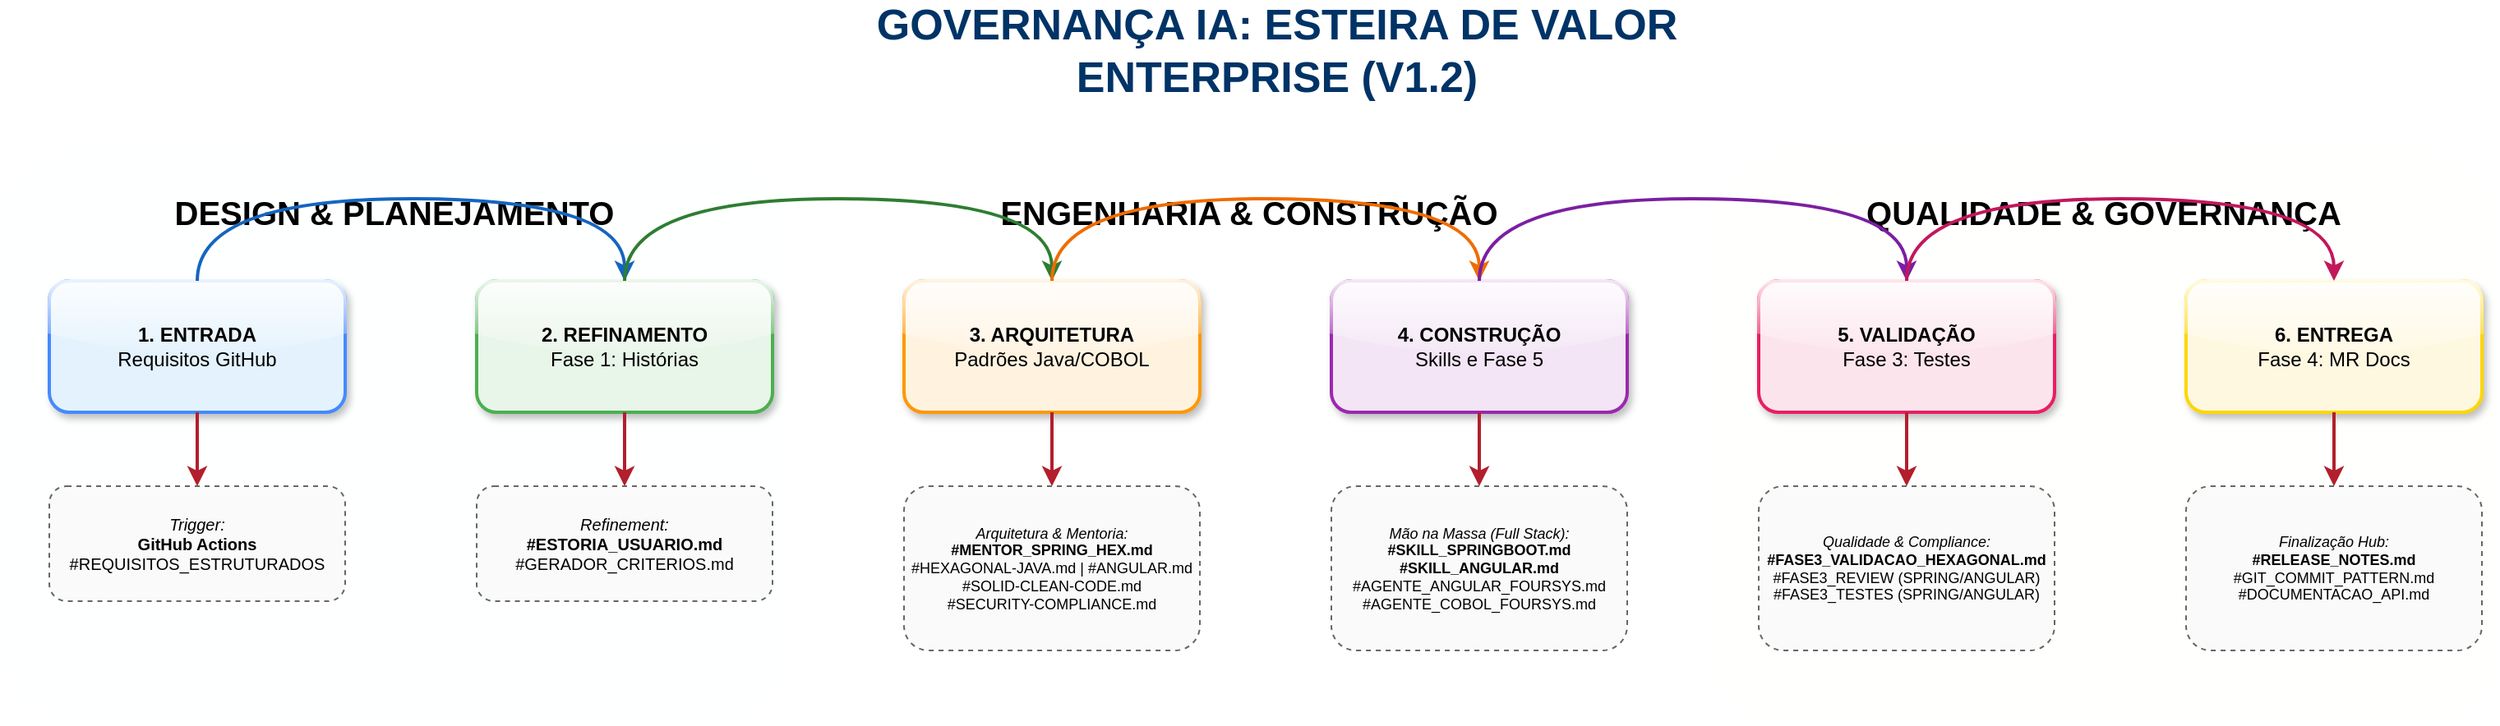
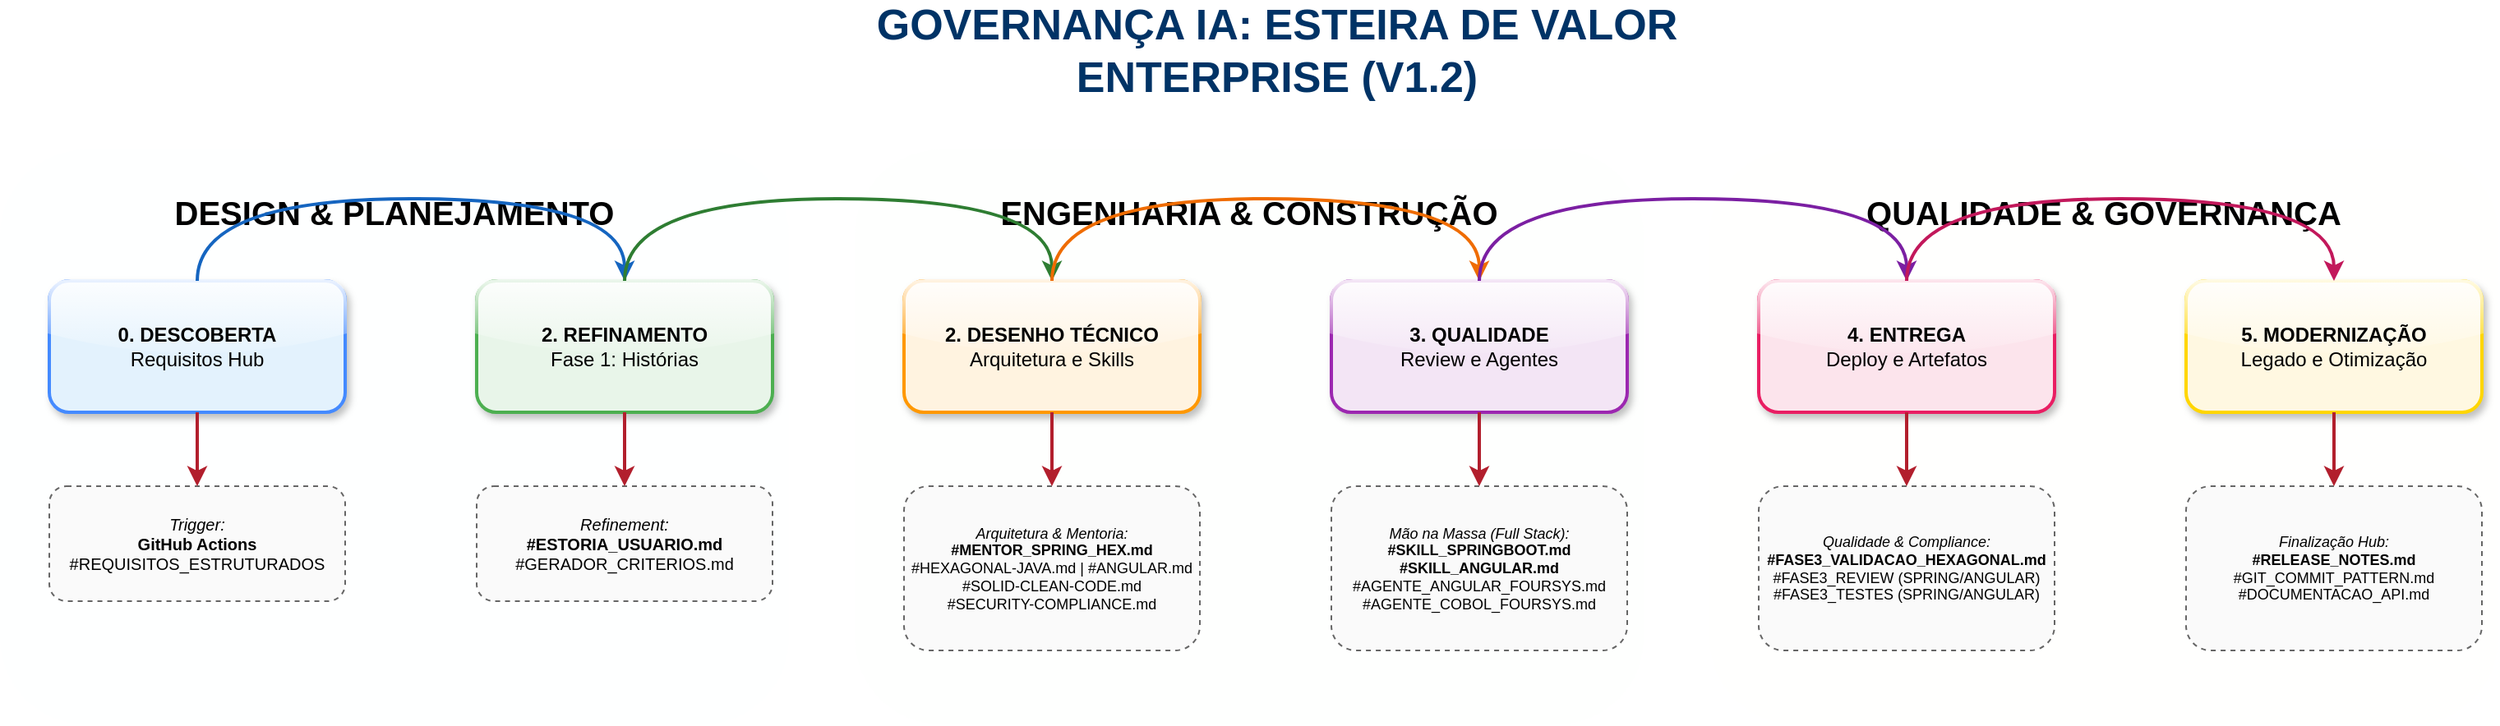
- ﻿<mxfile host="Electron" version="21.6.8" type="device">
+ <mxfile host="Electron" version="21.6.8" type="device">
  <diagram id="fluxo-enterprise-v1-2" name="Esteira Enterprise Alta Fidelidade">
    <mxGraphModel dx="1422" dy="794" grid="1" gridSize="10" guides="1" tooltips="1" connect="1" arrows="1" fold="1" page="1" pageScale="1" pageWidth="1654" pageHeight="1169" math="0" shadow="0">
      <root>
        <mxCell id="0" />
        <mxCell id="1" parent="0" />

        <!-- Título Corporativo -->
        <mxCell id="title" value="GOVERNANÇA IA: ESTEIRA DE VALOR ENTERPRISE (V1.2)" style="text;html=1;strokeColor=none;fillColor=none;align=center;verticalAlign=middle;whiteSpace=wrap;rounded=0;fontSize=26;fontStyle=1;fontColor=#003366;" vertex="1" parent="1">
          <mxGeometry x="527" y="40" width="600" height="40" as="geometry" />
        </mxCell>

        <!-- ZONAS DE WORKFLOW (SWIMLANES DE FUNDO) -->
        <mxCell id="zone1" value="DESIGN &amp; PLANEJAMENTO" style="rounded=1;whiteSpace=wrap;html=1;fillColor=#E3F2FD;strokeColor=none;opacity=5;fontSize=20;fontStyle=1;align=center;verticalAlign=top;spacingTop=20;" vertex="1" parent="1">
          <mxGeometry x="50" y="120" width="480" height="350" as="geometry" />
        </mxCell>
        <mxCell id="zone2" value="ENGENHARIA &amp; CONSTRUÇÃO" style="rounded=1;whiteSpace=wrap;html=1;fillColor=#E8F5E9;strokeColor=none;opacity=5;fontSize=20;fontStyle=1;align=center;verticalAlign=top;spacingTop=20;" vertex="1" parent="1">
          <mxGeometry x="570" y="120" width="480" height="350" as="geometry" />
        </mxCell>
        <mxCell id="zone3" value="QUALIDADE &amp; GOVERNANÇA" style="rounded=1;whiteSpace=wrap;html=1;fillColor=#FFF3E0;strokeColor=none;opacity=5;fontSize=20;fontStyle=1;align=center;verticalAlign=top;spacingTop=20;" vertex="1" parent="1">
          <mxGeometry x="1090" y="120" width="480" height="350" as="geometry" />
        </mxCell>

        <!-- CAMADA 1: ETAPAS PRINCIPAIS -->
-         <mxCell id="step1" value="&lt;b&gt;1. ENTRADA&lt;/b&gt;&lt;br&gt;Requisitos GitHub" style="rounded=1;whiteSpace=wrap;html=1;fillColor=#E3F2FD;strokeColor=#448AFF;strokeWidth=2;shadow=1;glass=1;" vertex="1" parent="1">
+         <mxCell id="step1" value="&lt;b&gt;0. DESCOBERTA&lt;/b&gt;&lt;br&gt;Requisitos Hub" style="rounded=1;whiteSpace=wrap;html=1;fillColor=#E3F2FD;strokeColor=#448AFF;strokeWidth=2;shadow=1;glass=1;" vertex="1" parent="1">
          <mxGeometry x="80" y="200" width="180" height="80" as="geometry" />
        </mxCell>
        <mxCell id="step2" value="&lt;b&gt;2. REFINAMENTO&lt;/b&gt;&lt;br&gt;Fase 1: Histórias" style="rounded=1;whiteSpace=wrap;html=1;fillColor=#E8F5E9;strokeColor=#4CAF50;strokeWidth=2;shadow=1;glass=1;" vertex="1" parent="1">
          <mxGeometry x="340" y="200" width="180" height="80" as="geometry" />
        </mxCell>
-         <mxCell id="step3" value="&lt;b&gt;3. ARQUITETURA&lt;/b&gt;&lt;br&gt;Padrões Java/COBOL" style="rounded=1;whiteSpace=wrap;html=1;fillColor=#FFF3E0;strokeColor=#FF9800;strokeWidth=2;shadow=1;glass=1;" vertex="1" parent="1">
+         <mxCell id="step3" value="&lt;b&gt;2. DESENHO TÉCNICO&lt;/b&gt;&lt;br&gt;Arquitetura e Skills" style="rounded=1;whiteSpace=wrap;html=1;fillColor=#FFF3E0;strokeColor=#FF9800;strokeWidth=2;shadow=1;glass=1;" vertex="1" parent="1">
          <mxGeometry x="600" y="200" width="180" height="80" as="geometry" />
        </mxCell>
-         <mxCell id="step4" value="&lt;b&gt;4. CONSTRUÇÃO&lt;/b&gt;&lt;br&gt;Skills e Fase 5" style="rounded=1;whiteSpace=wrap;html=1;fillColor=#F3E5F5;strokeColor=#9C27B0;strokeWidth=2;shadow=1;glass=1;" vertex="1" parent="1">
+         <mxCell id="step4" value="&lt;b&gt;3. QUALIDADE&lt;/b&gt;&lt;br&gt;Review e Agentes" style="rounded=1;whiteSpace=wrap;html=1;fillColor=#F3E5F5;strokeColor=#9C27B0;strokeWidth=2;shadow=1;glass=1;" vertex="1" parent="1">
          <mxGeometry x="860" y="200" width="180" height="80" as="geometry" />
        </mxCell>
-         <mxCell id="step5" value="&lt;b&gt;5. VALIDAÇÃO&lt;/b&gt;&lt;br&gt;Fase 3: Testes" style="rounded=1;whiteSpace=wrap;html=1;fillColor=#FCE4EC;strokeColor=#E91E63;strokeWidth=2;shadow=1;glass=1;" vertex="1" parent="1">
+         <mxCell id="step5" value="&lt;b&gt;4. ENTREGA&lt;/b&gt;&lt;br&gt;Deploy e Artefatos" style="rounded=1;whiteSpace=wrap;html=1;fillColor=#FCE4EC;strokeColor=#E91E63;strokeWidth=2;shadow=1;glass=1;" vertex="1" parent="1">
          <mxGeometry x="1120" y="200" width="180" height="80" as="geometry" />
        </mxCell>
-         <mxCell id="step6" value="&lt;b&gt;6. ENTREGA&lt;/b&gt;&lt;br&gt;Fase 4: MR Docs" style="rounded=1;whiteSpace=wrap;html=1;fillColor=#FFF8E1;strokeColor=#FFD600;strokeWidth=2;shadow=1;glass=1;" vertex="1" parent="1">
+         <mxCell id="step6" value="&lt;b&gt;5. MODERNIZAÇÃO&lt;/b&gt;&lt;br&gt;Legado e Otimização" style="rounded=1;whiteSpace=wrap;html=1;fillColor=#FFF8E1;strokeColor=#FFD600;strokeWidth=2;shadow=1;glass=1;" vertex="1" parent="1">
          <mxGeometry x="1380" y="200" width="180" height="80" as="geometry" />
        </mxCell>

        <!-- CAMADA 2: ATIVOS DO HUB (ALTA FIDELIDADE V1.2) -->
        <mxCell id="asset1" value="&lt;i&gt;Trigger:&lt;/i&gt;&lt;br&gt;&lt;b&gt;GitHub Actions&lt;/b&gt;&lt;br&gt;#REQUISITOS_ESTRUTURADOS" style="rounded=1;whiteSpace=wrap;html=1;fillColor=#FAFAFA;strokeColor=#666666;strokeWidth=1;fontSize=10;dashed=1;" vertex="1" parent="1">
          <mxGeometry x="80" y="325" width="180" height="70" as="geometry" />
        </mxCell>
        <mxCell id="asset2" value="&lt;i&gt;Refinement:&lt;/i&gt;&lt;br&gt;&lt;b&gt;#ESTORIA_USUARIO.md&lt;/b&gt;&lt;br&gt;#GERADOR_CRITERIOS.md" style="rounded=1;whiteSpace=wrap;html=1;fillColor=#FAFAFA;strokeColor=#666666;strokeWidth=1;fontSize=10;dashed=1;" vertex="1" parent="1">
          <mxGeometry x="340" y="325" width="180" height="70" as="geometry" />
        </mxCell>
        <mxCell id="asset3" value="&lt;i&gt;Arquitetura &amp; Mentoria:&lt;/i&gt;&lt;br&gt;&lt;b&gt;#MENTOR_SPRING_HEX.md&lt;/b&gt;&lt;br&gt;#HEXAGONAL-JAVA.md | #ANGULAR.md&lt;br&gt;#SOLID-CLEAN-CODE.md&lt;br&gt;#SECURITY-COMPLIANCE.md" style="rounded=1;whiteSpace=wrap;html=1;fillColor=#FAFAFA;strokeColor=#666666;strokeWidth=1;fontSize=9;dashed=1;" vertex="1" parent="1">
          <mxGeometry x="600" y="325" width="180" height="100" as="geometry" />
        </mxCell>
        <mxCell id="asset4" value="&lt;i&gt;Mão na Massa (Full Stack):&lt;/i&gt;&lt;br&gt;&lt;b&gt;#SKILL_SPRINGBOOT.md&lt;/b&gt;&lt;br&gt;&lt;b&gt;#SKILL_ANGULAR.md&lt;/b&gt;&lt;br&gt;#AGENTE_ANGULAR_FOURSYS.md&lt;br&gt;#AGENTE_COBOL_FOURSYS.md" style="rounded=1;whiteSpace=wrap;html=1;fillColor=#FAFAFA;strokeColor=#666666;strokeWidth=1;fontSize=9;dashed=1;" vertex="1" parent="1">
          <mxGeometry x="860" y="325" width="180" height="100" as="geometry" />
        </mxCell>
        <mxCell id="asset5" value="&lt;i&gt;Qualidade &amp; Compliance:&lt;/i&gt;&lt;br&gt;&lt;b&gt;#FASE3_VALIDACAO_HEXAGONAL.md&lt;/b&gt;&lt;br&gt;#FASE3_REVIEW (SPRING/ANGULAR)&lt;br&gt;#FASE3_TESTES (SPRING/ANGULAR)" style="rounded=1;whiteSpace=wrap;html=1;fillColor=#FAFAFA;strokeColor=#666666;strokeWidth=1;fontSize=9;dashed=1;" vertex="1" parent="1">
          <mxGeometry x="1120" y="325" width="180" height="100" as="geometry" />
        </mxCell>
        <mxCell id="asset6" value="&lt;i&gt;Finalização Hub:&lt;/i&gt;&lt;br&gt;&lt;b&gt;#RELEASE_NOTES.md&lt;/b&gt;&lt;br&gt;#GIT_COMMIT_PATTERN.md&lt;br&gt;#DOCUMENTACAO_API.md" style="rounded=1;whiteSpace=wrap;html=1;fillColor=#FAFAFA;strokeColor=#666666;strokeWidth=1;fontSize=9;dashed=1;" vertex="1" parent="1">
          <mxGeometry x="1380" y="325" width="180" height="100" as="geometry" />
        </mxCell>

        <!-- Conectores Executivos (Dark Red) -->
        <mxCell id="c1" edge="1" parent="1" source="step1" target="asset1" style="edgeStyle=none;rounded=0;orthogonalLoop=1;jettySize=auto;html=1;strokeColor=#B21F2D;strokeWidth=2;endArrow=classic;startArrow=none;">
          <mxGeometry relative="1" as="geometry" />
        </mxCell>
        <mxCell id="c2" edge="1" parent="1" source="step2" target="asset2" style="edgeStyle=none;rounded=0;orthogonalLoop=1;jettySize=auto;html=1;strokeColor=#B21F2D;strokeWidth=2;endArrow=classic;startArrow=none;">
          <mxGeometry relative="1" as="geometry" />
        </mxCell>
        <mxCell id="c3" edge="1" parent="1" source="step3" target="asset3" style="edgeStyle=none;rounded=0;orthogonalLoop=1;jettySize=auto;html=1;strokeColor=#B21F2D;strokeWidth=2;endArrow=classic;startArrow=none;">
          <mxGeometry relative="1" as="geometry" />
        </mxCell>
        <mxCell id="c4" edge="1" parent="1" source="step4" target="asset4" style="edgeStyle=none;rounded=0;orthogonalLoop=1;jettySize=auto;html=1;strokeColor=#B21F2D;strokeWidth=2;endArrow=classic;startArrow=none;">
          <mxGeometry relative="1" as="geometry" />
        </mxCell>
        <mxCell id="c5" edge="1" parent="1" source="step5" target="asset5" style="edgeStyle=none;rounded=0;orthogonalLoop=1;jettySize=auto;html=1;strokeColor=#B21F2D;strokeWidth=2;endArrow=classic;startArrow=none;">
          <mxGeometry relative="1" as="geometry" />
        </mxCell>
        <mxCell id="c6" edge="1" parent="1" source="step6" target="asset6" style="edgeStyle=none;rounded=0;orthogonalLoop=1;jettySize=auto;html=1;strokeColor=#B21F2D;strokeWidth=2;endArrow=classic;startArrow=none;">
          <mxGeometry relative="1" as="geometry" />
        </mxCell>

        <!-- SETAS DE FLUXO (IDA) -->
        <mxCell id="f1" edge="1" parent="1" source="step1" target="step2" style="edgeStyle=orthogonalEdgeStyle;rounded=1;orthogonalLoop=1;jettySize=auto;html=1;strokeWidth=2;strokeColor=#1565C0;curved=1;">
          <mxGeometry relative="1" as="geometry">
            <Array as="points"><mxPoint x="170" y="150" /><mxPoint x="430" y="150" /></Array>
          </mxGeometry>
        </mxCell>
        <mxCell id="f2" edge="1" parent="1" source="step2" target="step3" style="edgeStyle=orthogonalEdgeStyle;rounded=1;orthogonalLoop=1;jettySize=auto;html=1;strokeWidth=2;strokeColor=#2E7D32;curved=1;">
          <mxGeometry relative="1" as="geometry">
            <Array as="points"><mxPoint x="430" y="150" /><mxPoint x="690" y="150" /></Array>
          </mxGeometry>
        </mxCell>
        <mxCell id="f3" edge="1" parent="1" source="step3" target="step4" style="edgeStyle=orthogonalEdgeStyle;rounded=1;orthogonalLoop=1;jettySize=auto;html=1;strokeWidth=2;strokeColor=#EF6C00;curved=1;">
          <mxGeometry relative="1" as="geometry">
            <Array as="points"><mxPoint x="690" y="150" /><mxPoint x="950" y="150" /></Array>
          </mxGeometry>
        </mxCell>
        <mxCell id="f4" edge="1" parent="1" source="step4" target="step5" style="edgeStyle=orthogonalEdgeStyle;rounded=1;orthogonalLoop=1;jettySize=auto;html=1;strokeWidth=2;strokeColor=#7B1FA2;curved=1;">
          <mxGeometry relative="1" as="geometry">
            <Array as="points"><mxPoint x="950" y="150" /><mxPoint x="1210" y="150" /></Array>
          </mxGeometry>
        </mxCell>
        <mxCell id="f5" edge="1" parent="1" source="step5" target="step6" style="edgeStyle=orthogonalEdgeStyle;rounded=1;orthogonalLoop=1;jettySize=auto;html=1;strokeWidth=2;strokeColor=#C2185B;curved=1;">
          <mxGeometry relative="1" as="geometry">
            <Array as="points"><mxPoint x="1210" y="150" /><mxPoint x="1470" y="150" /></Array>
          </mxGeometry>
        </mxCell>
      </root>
    </mxGraphModel>
  </diagram>
</mxfile>
